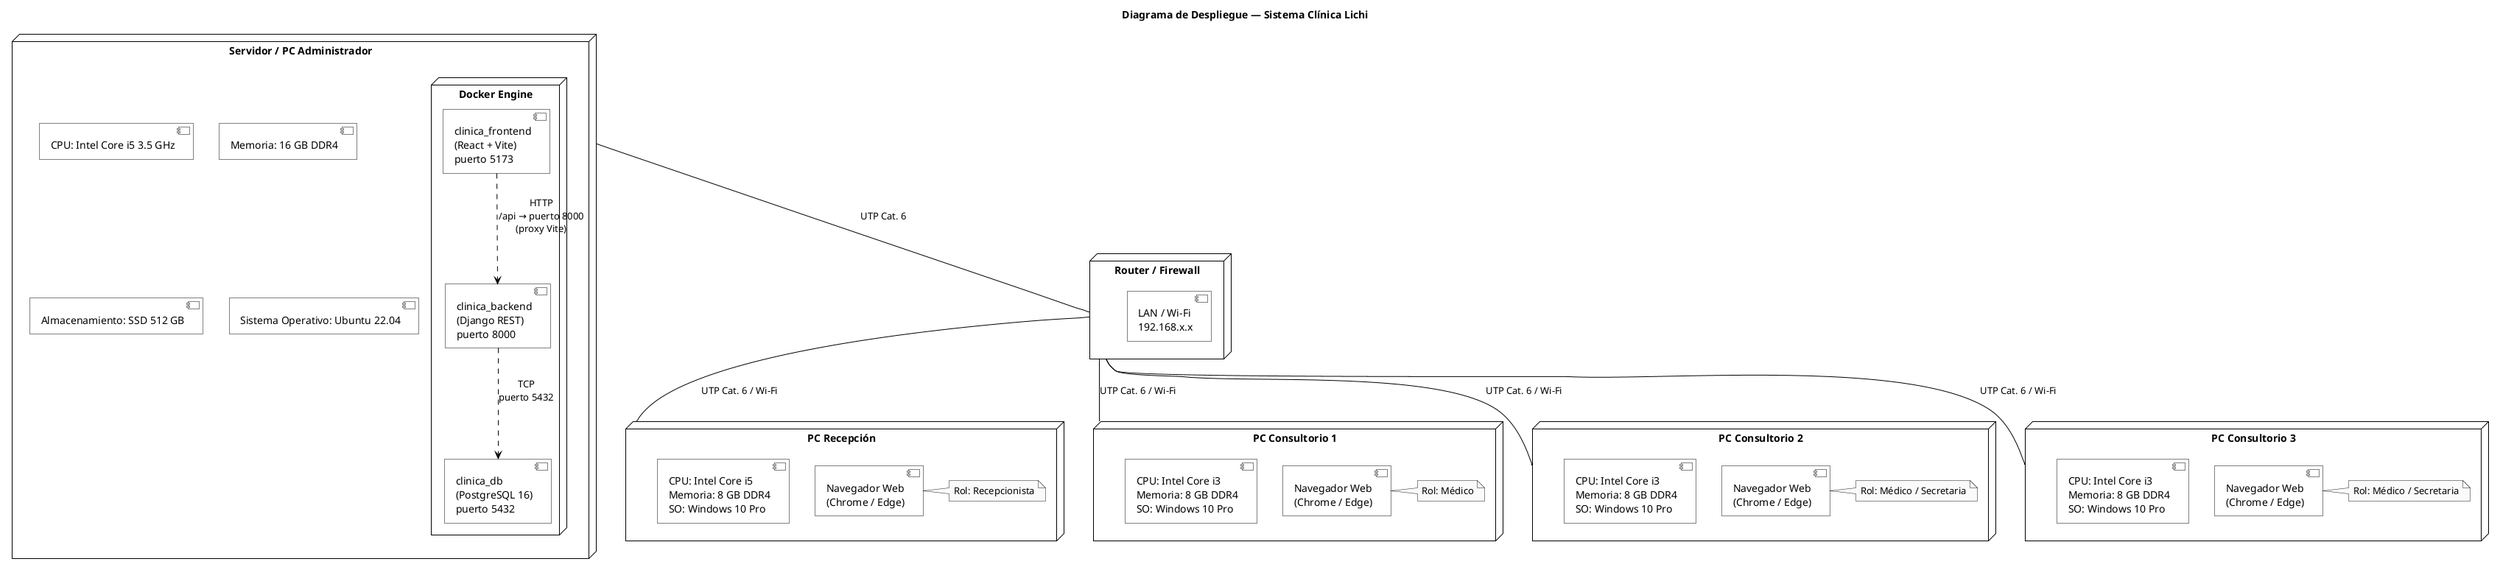
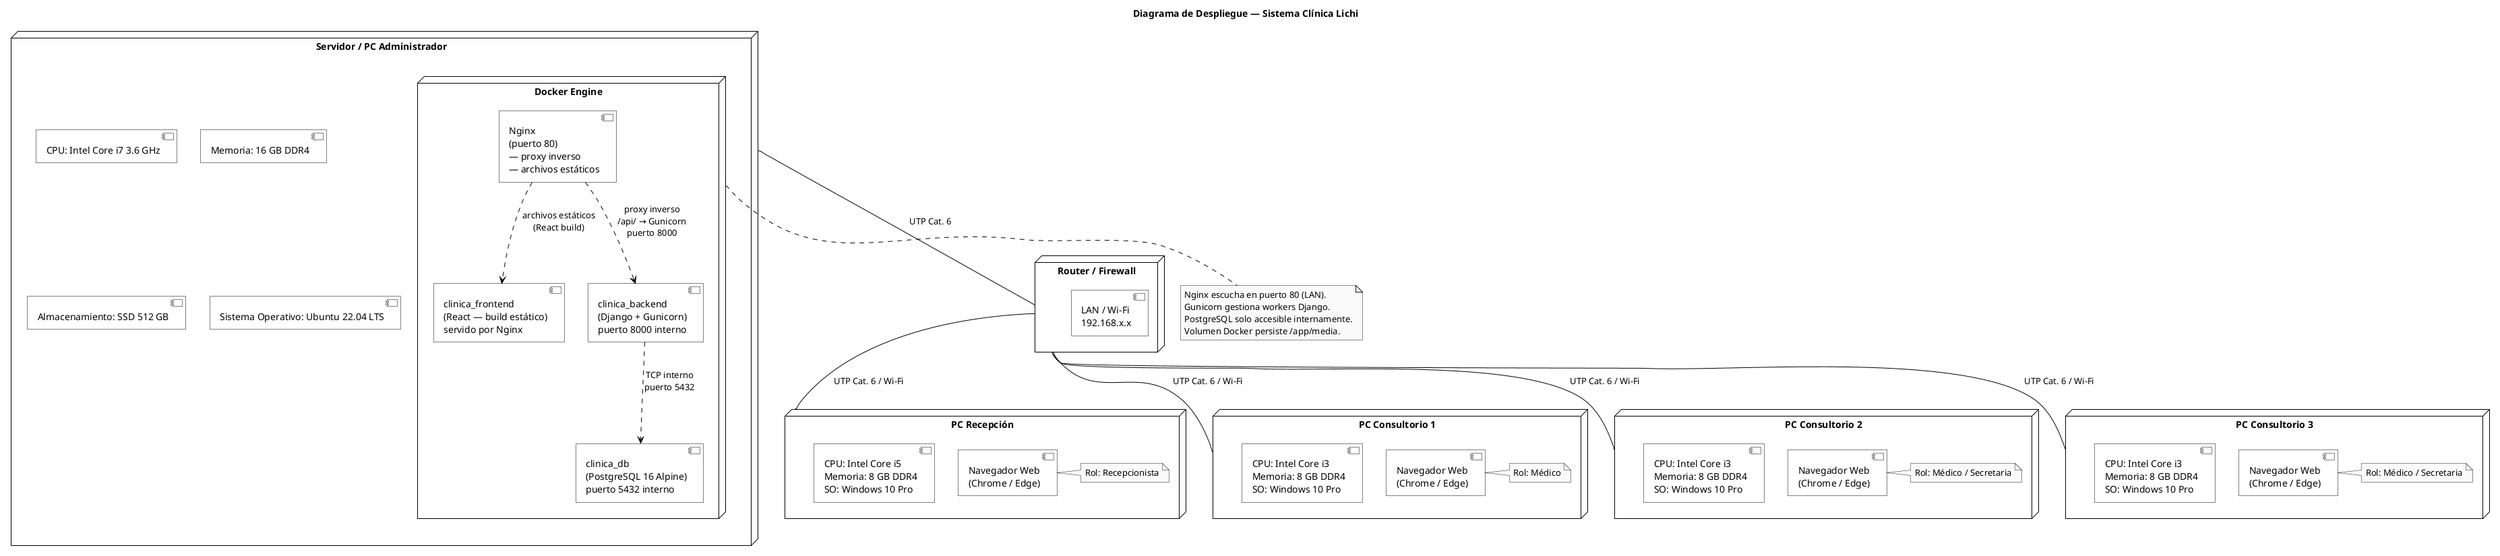
@startuml 01_despliegue

skinparam monochrome true
skinparam shadowing false
skinparam roundcorner 0
skinparam backgroundColor white
skinparam node {
  BackgroundColor #ffffff
  BorderColor #000000
}
skinparam component {
  BackgroundColor #ffffff
  BorderColor #000000
}
skinparam ArrowColor #000000

title Diagrama de Despliegue — Sistema Clínica Lichi

node "Servidor / PC Administrador" as SRV {
-   component "CPU: Intel Core i5 3.5 GHz"       as CPU_SRV
+   component "CPU: Intel Core i7 3.6 GHz"        as CPU_SRV
  component "Memoria: 16 GB DDR4"               as RAM_SRV
  component "Almacenamiento: SSD 512 GB"        as DISK_SRV
-   component "Sistema Operativo: Ubuntu 22.04"   as SO_SRV
+   component "Sistema Operativo: Ubuntu 22.04 LTS" as SO_SRV

  node "Docker Engine" as DOCKER {
-     component "clinica_frontend\n(React + Vite)\npuerto 5173"   as FE
-     component "clinica_backend\n(Django REST)\npuerto 8000"      as BE
-     component "clinica_db\n(PostgreSQL 16)\npuerto 5432"         as DB
+     component "clinica_frontend\n(React — build estático)\nservido por Nginx"   as FE
+     component "Nginx\n(puerto 80)\n— proxy inverso\n— archivos estáticos"       as NGINX
+     component "clinica_backend\n(Django + Gunicorn)\npuerto 8000 interno"       as BE
+     component "clinica_db\n(PostgreSQL 16 Alpine)\npuerto 5432 interno"         as DB
  }
}

node "Router / Firewall" as RTR {
  component "LAN / Wi-Fi\n192.168.x.x"  as LAN
}

node "PC Recepción" as PC_REC {
-   component "CPU: Intel Core i5\nMemoria: 8 GB DDR4\nSO: Windows 10 Pro"   as SPEC_REC
-   component "Navegador Web\n(Chrome / Edge)"                                 as NAV_REC
+   component "CPU: Intel Core i5\nMemoria: 8 GB DDR4\nSO: Windows 10 Pro"  as SPEC_REC
+   component "Navegador Web\n(Chrome / Edge)"                                as NAV_REC
  note right of NAV_REC : Rol: Recepcionista
}

node "PC Consultorio 1" as PC_C1 {
-   component "CPU: Intel Core i3\nMemoria: 8 GB DDR4\nSO: Windows 10 Pro"   as SPEC_C1
-   component "Navegador Web\n(Chrome / Edge)"                                 as NAV_C1
+   component "CPU: Intel Core i3\nMemoria: 8 GB DDR4\nSO: Windows 10 Pro"  as SPEC_C1
+   component "Navegador Web\n(Chrome / Edge)"                                as NAV_C1
  note right of NAV_C1 : Rol: Médico
}

node "PC Consultorio 2" as PC_C2 {
-   component "CPU: Intel Core i3\nMemoria: 8 GB DDR4\nSO: Windows 10 Pro"   as SPEC_C2
-   component "Navegador Web\n(Chrome / Edge)"                                 as NAV_C2
+   component "CPU: Intel Core i3\nMemoria: 8 GB DDR4\nSO: Windows 10 Pro"  as SPEC_C2
+   component "Navegador Web\n(Chrome / Edge)"                                as NAV_C2
  note right of NAV_C2 : Rol: Médico / Secretaria
}

node "PC Consultorio 3" as PC_C3 {
-   component "CPU: Intel Core i3\nMemoria: 8 GB DDR4\nSO: Windows 10 Pro"   as SPEC_C3
-   component "Navegador Web\n(Chrome / Edge)"                                 as NAV_C3
+   component "CPU: Intel Core i3\nMemoria: 8 GB DDR4\nSO: Windows 10 Pro"  as SPEC_C3
+   component "Navegador Web\n(Chrome / Edge)"                                as NAV_C3
  note right of NAV_C3 : Rol: Médico / Secretaria
}

- FE  ..> BE  : HTTP\n/api → puerto 8000\n(proxy Vite)
- BE  ..> DB  : TCP\npuerto 5432
+ NGINX  ..> FE : archivos estáticos\n(React build)
+ NGINX  ..> BE : proxy inverso\n/api/ → Gunicorn\npuerto 8000
+ BE     ..> DB : TCP interno\npuerto 5432

- SRV   -- RTR  : UTP Cat. 6
- RTR   -- PC_REC : UTP Cat. 6 / Wi-Fi
- RTR   -- PC_C1  : UTP Cat. 6 / Wi-Fi
- RTR   -- PC_C2  : UTP Cat. 6 / Wi-Fi
- RTR   -- PC_C3  : UTP Cat. 6 / Wi-Fi
+ SRV    -- RTR    : UTP Cat. 6
+ RTR    -- PC_REC : UTP Cat. 6 / Wi-Fi
+ RTR    -- PC_C1  : UTP Cat. 6 / Wi-Fi
+ RTR    -- PC_C2  : UTP Cat. 6 / Wi-Fi
+ RTR    -- PC_C3  : UTP Cat. 6 / Wi-Fi
+ 
+ note bottom of DOCKER
+   Nginx escucha en puerto 80 (LAN).
+   Gunicorn gestiona workers Django.
+   PostgreSQL solo accesible internamente.
+   Volumen Docker persiste /app/media.
+ end note

@enduml
